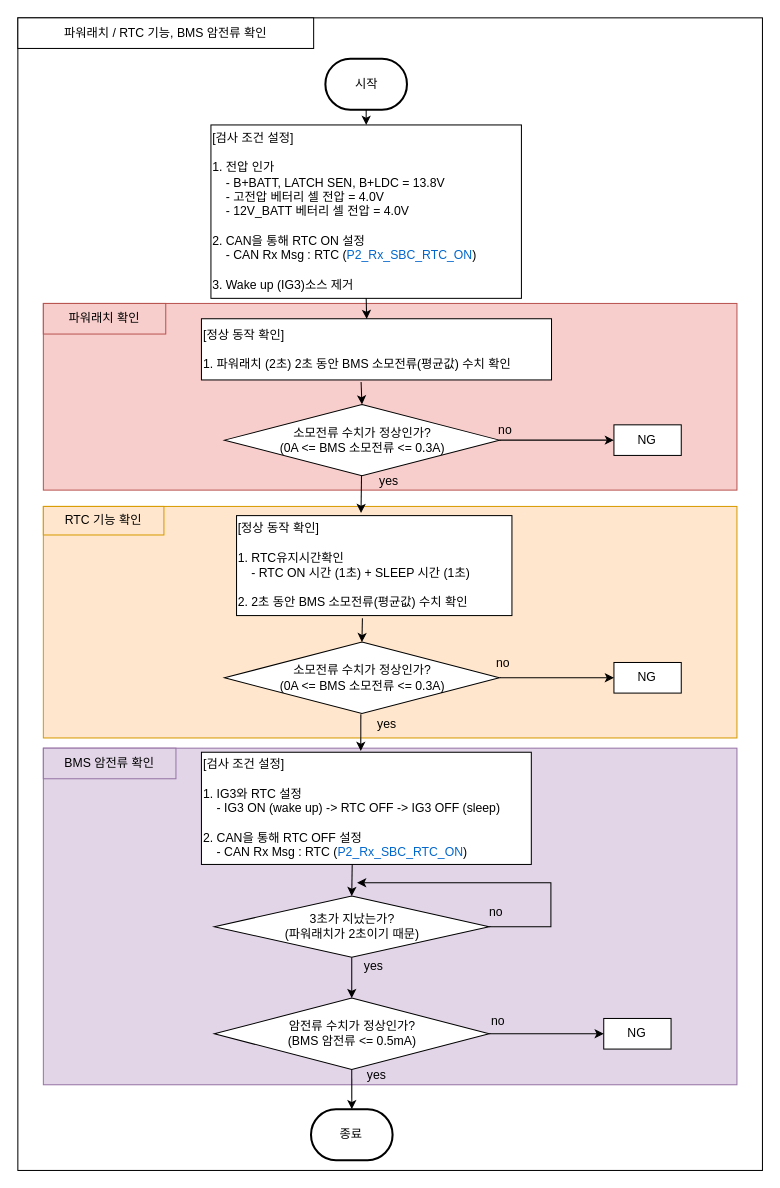
Earlier version of the draw.io diagram 파워래치/rtc 기능 확인 bms 암전류 확인.drawio (chaeyoonl/state-transition-diagram-test). Source tidied: cells renumbered, new cells numbered last; positions are measured from the earlier drawing's top-left corner, leaving out a move shared by most shapes. Both pictures are drawn from the tidied source at 102%, with x=0, y=0 at pixel (17, 17).
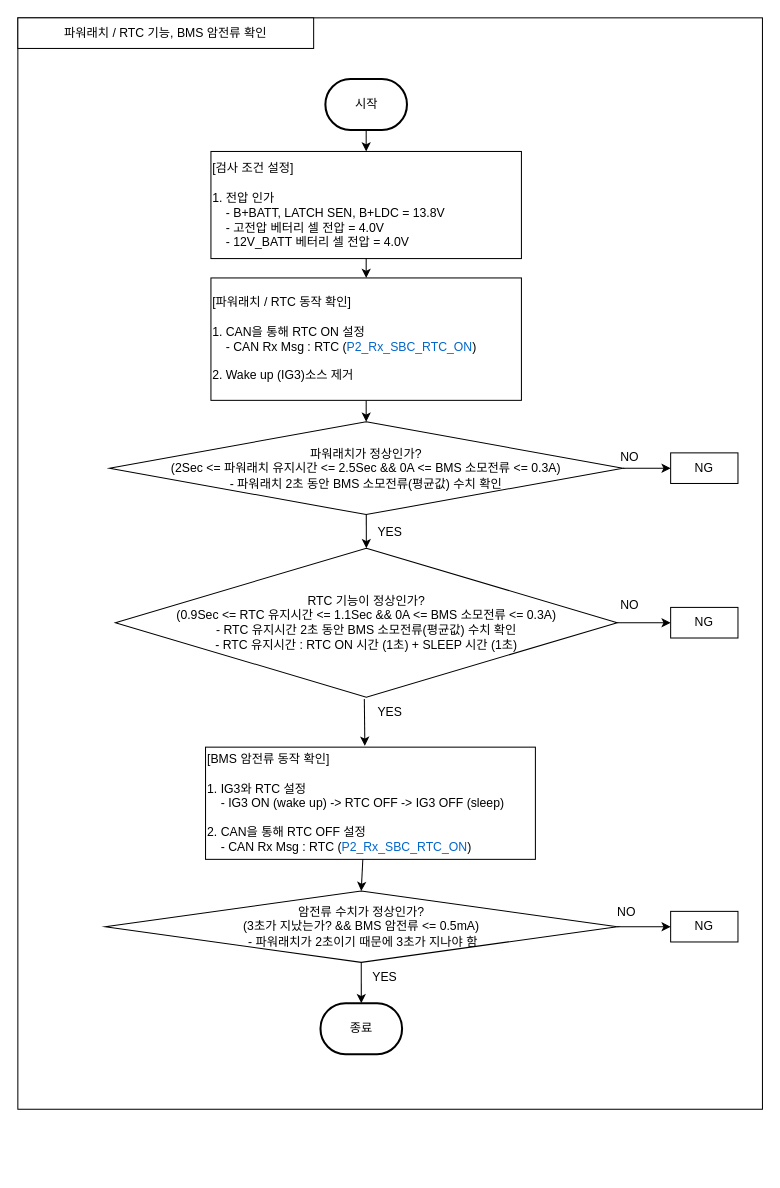
The same page after the edit.

Commit message:
rtc 기능 확인 bms 암전류 확인.drawio 업데이트

Diff of the diagram source:
```diff
@@
     <mxCell id="2" style="rounded=0;whiteSpace=wrap;html=1;" parent="1" vertex="1">
-      <mxGeometry x="60.9" y="140" width="608.2" height="600" as="geometry" />
+      <mxGeometry x="60.9" y="166" width="608.2" height="600" as="geometry" />
     </mxCell>
     <mxCell id="3" style="rounded=0;whiteSpace=wrap;html=1;" parent="1" vertex="1">
-      <mxGeometry width="730" height="1130" as="geometry" />
+      <mxGeometry width="730" height="1070" as="geometry" />
     </mxCell>
@@
-    <mxCell id="5" style="rounded=0;whiteSpace=wrap;html=1;fillColor=#f8cecc;strokeColor=#b85450;" parent="1" vertex="1">
-      <mxGeometry x="25" y="280" width="680" height="183" as="geometry" />
-    </mxCell>
     <mxCell id="6" value="시작" style="strokeWidth=2;html=1;shape=mxgraph.flowchart.terminator;whiteSpace=wrap;" parent="1" vertex="1">
-      <mxGeometry x="301.5" y="40" width="80" height="50" as="geometry" />
+      <mxGeometry x="301.5" y="60" width="80" height="50" as="geometry" />
     </mxCell>
-    <mxCell id="7" value="[검사 조건 설정]&lt;br&gt;&lt;br&gt;1. 전압 인가&lt;br&gt;&amp;nbsp; &amp;nbsp; - B+BATT, LATCH SEN, B+LDC = 13.8V&lt;br&gt;&amp;nbsp; &amp;nbsp; - 고전압 베터리 셀 전압 = 4.0V&lt;br&gt;&amp;nbsp; &amp;nbsp; - 12V_BATT 베터리 셀 전압&amp;nbsp;= 4.0V&lt;br&gt;&lt;br&gt;2. CAN을 통해 RTC ON 설정&lt;br&gt;&amp;nbsp; &amp;nbsp; - CAN Rx Msg : RTC&amp;nbsp;(&lt;font style=&quot;border-color: var(--border-color);&quot; color=&quot;#0066cc&quot;&gt;P2_Rx_SBC_RTC_ON&lt;/font&gt;)&lt;br&gt;&lt;br&gt;3. Wake up (IG3)소스 제거" style="rounded=0;whiteSpace=wrap;html=1;align=left;" parent="1" vertex="1">
-      <mxGeometry x="189.3" y="105" width="304.4" height="170" as="geometry" />
+    <mxCell id="7" value="[검사 조건 설정]&lt;br&gt;&lt;br&gt;1. 전압 인가&lt;br&gt;&amp;nbsp; &amp;nbsp; - B+BATT, LATCH SEN, B+LDC = 13.8V&lt;br&gt;&amp;nbsp; &amp;nbsp; - 고전압 베터리 셀 전압 = 4.0V&lt;br&gt;&amp;nbsp; &amp;nbsp; - 12V_BATT 베터리 셀 전압&amp;nbsp;= 4.0V" style="rounded=0;whiteSpace=wrap;html=1;align=left;" parent="1" vertex="1">
+      <mxGeometry x="189.3" y="131" width="304.4" height="105" as="geometry" />
     </mxCell>
-    <mxCell id="8" style="endArrow=classic;html=1;rounded=0;exitX=0.456;exitY=1.035;exitDx=0;exitDy=0;entryX=0.5;entryY=0;entryDx=0;entryDy=0;exitPerimeter=0;" parent="1" edge="1" source="10" target="18">
-      <mxGeometry relative="1" as="geometry" />
-    </mxCell>
@@
-    <mxCell id="10" value="[정상 동작 확인]&lt;br&gt;&lt;br&gt;1. 파워래치 (2초)&amp;nbsp;2초 동안 BMS 소모전류(평균값) 수치 확인" style="rounded=0;whiteSpace=wrap;html=1;align=left;" parent="1" vertex="1">
-      <mxGeometry x="180" y="295" width="343.2" height="60" as="geometry" />
-    </mxCell>
-    <mxCell id="11" value="&lt;span style=&quot;color: rgb(0, 0, 0); font-family: Helvetica; font-size: 12px; font-style: normal; font-variant-ligatures: normal; font-variant-caps: normal; font-weight: 400; letter-spacing: normal; orphans: 2; text-align: center; text-indent: 0px; text-transform: none; widows: 2; word-spacing: 0px; -webkit-text-stroke-width: 0px; text-decoration-thickness: initial; text-decoration-style: initial; text-decoration-color: initial; float: none; display: inline !important;&quot;&gt;파워래치 확인&lt;br&gt;&lt;/span&gt;" style="rounded=0;whiteSpace=wrap;html=1;fillColor=#f8cecc;strokeColor=#b85450;fillStyle=solid;labelBackgroundColor=none;" parent="1" vertex="1">
-      <mxGeometry x="25" y="280" width="120" height="30" as="geometry" />
-    </mxCell>
-    <mxCell id="12" style="rounded=0;whiteSpace=wrap;html=1;fillColor=#ffe6cc;strokeColor=#d79b00;" parent="1" vertex="1">
-      <mxGeometry x="25" y="479" width="680" height="227" as="geometry" />
-    </mxCell>
-    <mxCell id="13" style="endArrow=classic;html=1;rounded=0;exitX=0.457;exitY=1.026;exitDx=0;exitDy=0;entryX=0.5;entryY=0;entryDx=0;entryDy=0;exitPerimeter=0;" parent="1" edge="1" source="24" target="14">
-      <mxGeometry relative="1" as="geometry" />
-    </mxCell>
-    <mxCell id="14" value="소모전류 수치가 정상인가?&lt;br&gt;(0A &amp;lt;= BMS 소모전류 &amp;lt;= 0.3A)" style="rhombus;whiteSpace=wrap;html=1;" parent="1" vertex="1">
-      <mxGeometry x="202.6" y="612" width="269.5" height="70" as="geometry" />
+    <mxCell id="14" value="RTC 기능이 정상인가?&lt;br&gt;(0.9Sec &amp;lt;= RTC 유지시간 &amp;lt;= 1.1Sec &amp;amp;&amp;amp; 0A &amp;lt;= BMS 소모전류 &amp;lt;= 0.3A)&lt;br&gt;- RTC 유지시간 2초 동안 BMS 소모전류(평균값) 수치 확인&lt;br&gt;- RTC 유지시간 : RTC ON 시간 (1초) + SLEEP 시간 (1초)" style="rhombus;whiteSpace=wrap;html=1;" parent="1" vertex="1">
+      <mxGeometry x="95.6" y="520" width="492.1" height="146" as="geometry" />
     </mxCell>
     <mxCell id="15" value="NG" style="rounded=0;whiteSpace=wrap;html=1;align=center;" parent="1" vertex="1">
-      <mxGeometry x="584.4" y="632" width="66" height="30" as="geometry" />
+      <mxGeometry x="640" y="578" width="66" height="30" as="geometry" />
     </mxCell>
-    <mxCell id="16" style="endArrow=classic;html=1;rounded=0;exitX=1;exitY=0.5;exitDx=0;exitDy=0;entryX=0;entryY=0.5;entryDx=0;entryDy=0;" parent="1" edge="1" target="15">
-      <mxGeometry relative="1" as="geometry">
-        <mxPoint x="472.4" y="647" as="sourcePoint" />
-      </mxGeometry>
+    <mxCell id="16" style="endArrow=classic;html=1;rounded=0;exitX=1;exitY=0.5;exitDx=0;exitDy=0;entryX=0;entryY=0.5;entryDx=0;entryDy=0;" parent="1" edge="1" source="14" target="15">
+      <mxGeometry relative="1" as="geometry" />
     </mxCell>
-    <mxCell id="17" value="no" style="text;html=1;strokeColor=none;fillColor=none;align=center;verticalAlign=middle;whiteSpace=wrap;rounded=0;" parent="1" vertex="1">
-      <mxGeometry x="446.4" y="618" width="60" height="30" as="geometry" />
+    <mxCell id="17" value="NO" style="text;html=1;strokeColor=none;fillColor=none;align=center;verticalAlign=middle;whiteSpace=wrap;rounded=0;" parent="1" vertex="1">
+      <mxGeometry x="570" y="561" width="60" height="30" as="geometry" />
     </mxCell>
-    <mxCell id="18" value="소모전류 수치가 정상인가?&lt;br&gt;(0A &amp;lt;= BMS 소모전류 &amp;lt;= 0.3A)" style="rhombus;whiteSpace=wrap;html=1;" parent="1" vertex="1">
-      <mxGeometry x="202.6" y="379" width="269.5" height="70" as="geometry" />
+    <mxCell id="18" value="파워래치가 정상인가?&lt;br&gt;(2Sec &amp;lt;= 파워래치 유지시간 &amp;lt;= 2.5Sec &amp;amp;&amp;amp; 0A &amp;lt;= BMS 소모전류 &amp;lt;= 0.3A)&lt;br&gt;-&amp;nbsp;파워래치 2초 동안 BMS 소모전류(평균값) 수치 확인" style="rhombus;whiteSpace=wrap;html=1;" parent="1" vertex="1">
+      <mxGeometry x="89.8" y="396" width="503.4" height="91" as="geometry" />
     </mxCell>
-    <mxCell id="19" style="endArrow=classic;html=1;rounded=0;entryX=0.452;entryY=-0.026;entryDx=0;entryDy=0;entryPerimeter=0;" parent="1" edge="1" source="18" target="24">
+    <mxCell id="19" style="endArrow=classic;html=1;rounded=0;entryX=0.5;entryY=0;entryDx=0;entryDy=0;" parent="1" edge="1" source="18" target="14">
       <mxGeometry relative="1" as="geometry" />
     </mxCell>
-    <mxCell id="20" value="yes" style="text;html=1;strokeColor=none;fillColor=none;align=center;verticalAlign=middle;whiteSpace=wrap;rounded=0;" parent="1" vertex="1">
-      <mxGeometry x="334.4" y="439" width="60" height="30" as="geometry" />
+    <mxCell id="20" value="YES" style="text;html=1;strokeColor=none;fillColor=none;align=center;verticalAlign=middle;whiteSpace=wrap;rounded=0;" parent="1" vertex="1">
+      <mxGeometry x="335" y="489" width="60" height="30" as="geometry" />
     </mxCell>
     <mxCell id="21" value="NG" style="rounded=0;whiteSpace=wrap;html=1;align=center;" parent="1" vertex="1">
-      <mxGeometry x="584.4" y="399" width="66" height="30" as="geometry" />
+      <mxGeometry x="640" y="426.5" width="66" height="30" as="geometry" />
     </mxCell>
@@
-    <mxCell id="23" value="no" style="text;html=1;strokeColor=none;fillColor=none;align=center;verticalAlign=middle;whiteSpace=wrap;rounded=0;" parent="1" vertex="1">
-      <mxGeometry x="448.4" y="389" width="60" height="30" as="geometry" />
+    <mxCell id="23" value="NO" style="text;html=1;strokeColor=none;fillColor=none;align=center;verticalAlign=middle;whiteSpace=wrap;rounded=0;" parent="1" vertex="1">
+      <mxGeometry x="570" y="416" width="60" height="30" as="geometry" />
     </mxCell>
-    <mxCell id="24" value="[정상 동작 확인]&lt;br&gt;&lt;br&gt;1. RTC유지시간확인&lt;br&gt;&amp;nbsp; &amp;nbsp; - RTC ON 시간 (1초) + SLEEP 시간 (1초)&lt;br&gt;&lt;br&gt;2. 2초 동안 BMS 소모전류(평균값) 수치 확인" style="rounded=0;whiteSpace=wrap;html=1;align=left;" parent="1" vertex="1">
-      <mxGeometry x="214.4" y="488" width="270" height="98" as="geometry" />
-    </mxCell>
-    <mxCell id="25" value="&lt;span style=&quot;color: rgb(0, 0, 0); font-family: Helvetica; font-size: 12px; font-style: normal; font-variant-ligatures: normal; font-variant-caps: normal; font-weight: 400; letter-spacing: normal; orphans: 2; text-align: center; text-indent: 0px; text-transform: none; widows: 2; word-spacing: 0px; -webkit-text-stroke-width: 0px; text-decoration-thickness: initial; text-decoration-style: initial; text-decoration-color: initial; float: none; display: inline !important;&quot;&gt;RTC 기능 확인&lt;br&gt;&lt;/span&gt;" style="rounded=0;whiteSpace=wrap;html=1;fillColor=#ffe6cc;strokeColor=#d79b00;labelBackgroundColor=none;" parent="1" vertex="1">
-      <mxGeometry x="25" y="479" width="118.2" height="28" as="geometry" />
-    </mxCell>
-    <mxCell id="26" style="rounded=0;whiteSpace=wrap;html=1;fillColor=#e1d5e7;strokeColor=#9673a6;" parent="1" vertex="1">
-      <mxGeometry x="25" y="716" width="680" height="330" as="geometry" />
-    </mxCell>
@@
     <mxCell id="28" value="종료" style="strokeWidth=2;html=1;shape=mxgraph.flowchart.terminator;whiteSpace=wrap;" parent="1" vertex="1">
-      <mxGeometry x="287.4" y="1070" width="80" height="50" as="geometry" />
+      <mxGeometry x="296.7" y="966" width="80" height="50" as="geometry" />
     </mxCell>
-    <mxCell id="29" style="endArrow=classic;html=1;rounded=0;exitX=0.5;exitY=1;exitDx=0;exitDy=0;entryX=0.5;entryY=0;entryDx=0;entryDy=0;" parent="1" edge="1" source="37" target="31">
+    <mxCell id="29" style="endArrow=classic;html=1;rounded=0;exitX=0.477;exitY=0.993;exitDx=0;exitDy=0;entryX=0.5;entryY=0;entryDx=0;entryDy=0;exitPerimeter=0;" parent="1" edge="1" source="30" target="31">
       <mxGeometry relative="1" as="geometry" />
     </mxCell>
-    <mxCell id="30" value="[검사 조건 설정]&lt;br&gt;&lt;br&gt;1. IG3와 RTC 설정&lt;br&gt;&amp;nbsp; &amp;nbsp; - IG3 ON (wake up) -&amp;gt; RTC OFF -&amp;gt;&amp;nbsp;IG3 OFF (sleep)&lt;br&gt;&lt;br&gt;2. CAN을 통해 RTC OFF 설정&lt;br&gt;&amp;nbsp; &amp;nbsp; - CAN Rx Msg : RTC&amp;nbsp;(&lt;font style=&quot;border-color: var(--border-color);&quot; color=&quot;#0066cc&quot;&gt;P2_Rx_SBC_RTC_ON&lt;/font&gt;)" style="rounded=0;whiteSpace=wrap;html=1;align=left;" parent="1" vertex="1">
-      <mxGeometry x="180" y="720" width="323.4" height="110" as="geometry" />
+    <mxCell id="30" value="[BMS 암전류 동작 확인]&lt;br&gt;&lt;br&gt;1. IG3와 RTC 설정&lt;br&gt;&amp;nbsp; &amp;nbsp; - IG3 ON (wake up) -&amp;gt; RTC OFF -&amp;gt;&amp;nbsp;IG3 OFF (sleep)&lt;br&gt;&lt;br&gt;2. CAN을 통해 RTC OFF 설정&lt;br&gt;&amp;nbsp; &amp;nbsp; - CAN Rx Msg : RTC&amp;nbsp;(&lt;font style=&quot;border-color: var(--border-color);&quot; color=&quot;#0066cc&quot;&gt;P2_Rx_SBC_RTC_ON&lt;/font&gt;)" style="rounded=0;whiteSpace=wrap;html=1;align=left;" parent="1" vertex="1">
+      <mxGeometry x="184" y="715" width="323.4" height="110" as="geometry" />
     </mxCell>
-    <mxCell id="31" value="암전류 수치가 정상인가?&lt;br&gt;(BMS 암전류 &amp;lt;= 0.5mA)" style="rhombus;whiteSpace=wrap;html=1;" parent="1" vertex="1">
-      <mxGeometry x="192.6" y="961" width="269.5" height="70" as="geometry" />
+    <mxCell id="31" value="암전류 수치가 정상인가?&lt;br&gt;(3초가 지났는가? &amp;amp;&amp;amp;&amp;nbsp;BMS 암전류 &amp;lt;= 0.5mA)&lt;br&gt;&amp;nbsp;- 파워래치가 2초이기 때문에 3초가 지나야 함" style="rhombus;whiteSpace=wrap;html=1;" parent="1" vertex="1">
+      <mxGeometry x="85.6" y="856" width="502.1" height="70" as="geometry" />
     </mxCell>
@@
-    <mxCell id="33" value="yes" style="text;html=1;strokeColor=none;fillColor=none;align=center;verticalAlign=middle;whiteSpace=wrap;rounded=0;" parent="1" vertex="1">
-      <mxGeometry x="321.6" y="1022" width="60" height="30" as="geometry" />
+    <mxCell id="33" value="YES" style="text;html=1;strokeColor=none;fillColor=none;align=center;verticalAlign=middle;whiteSpace=wrap;rounded=0;" parent="1" vertex="1">
+      <mxGeometry x="330" y="926" width="60" height="30" as="geometry" />
     </mxCell>
     <mxCell id="34" value="NG" style="rounded=0;whiteSpace=wrap;html=1;align=center;" parent="1" vertex="1">
-      <mxGeometry x="574.4" y="981" width="66" height="30" as="geometry" />
+      <mxGeometry x="640" y="876" width="66" height="30" as="geometry" />
     </mxCell>
@@
-    <mxCell id="36" value="no" style="text;html=1;strokeColor=none;fillColor=none;align=center;verticalAlign=middle;whiteSpace=wrap;rounded=0;" parent="1" vertex="1">
-      <mxGeometry x="441.4" y="969" width="60" height="30" as="geometry" />
+    <mxCell id="36" value="NO" style="text;html=1;strokeColor=none;fillColor=none;align=center;verticalAlign=middle;whiteSpace=wrap;rounded=0;" parent="1" vertex="1">
+      <mxGeometry x="567" y="862" width="60" height="30" as="geometry" />
     </mxCell>
-    <mxCell id="37" value="3초가 지났는가?&lt;br&gt;(파워래치가 2초이기 때문)" style="rhombus;whiteSpace=wrap;html=1;" parent="1" vertex="1">
-      <mxGeometry x="192.6" y="861" width="269.5" height="60" as="geometry" />
-    </mxCell>
-    <mxCell id="38" style="endArrow=classic;html=1;rounded=0;exitX=0.457;exitY=0.999;exitDx=0;exitDy=0;entryX=0.5;entryY=0;entryDx=0;entryDy=0;exitPerimeter=0;" parent="1" edge="1" source="30" target="37">
-      <mxGeometry relative="1" as="geometry" />
-    </mxCell>
-    <mxCell id="39" style="endArrow=classic;html=1;rounded=0;exitX=1;exitY=0.5;exitDx=0;exitDy=0;" parent="1" edge="1" source="37">
-      <mxGeometry relative="1" as="geometry">
-        <mxPoint x="332.6" y="848" as="targetPoint" />
-        <Array as="points">
-          <mxPoint x="522.6" y="891" />
-          <mxPoint x="522.6" y="848" />
-        </Array>
-      </mxGeometry>
-    </mxCell>
-    <mxCell id="40" value="yes" style="text;html=1;strokeColor=none;fillColor=none;align=center;verticalAlign=middle;whiteSpace=wrap;rounded=0;" parent="1" vertex="1">
-      <mxGeometry x="318.6" y="915" width="60" height="30" as="geometry" />
-    </mxCell>
-    <mxCell id="41" value="no" style="text;html=1;strokeColor=none;fillColor=none;align=center;verticalAlign=middle;whiteSpace=wrap;rounded=0;" parent="1" vertex="1">
-      <mxGeometry x="438.6" y="862" width="60" height="30" as="geometry" />
-    </mxCell>
-    <mxCell id="42" value="&lt;span style=&quot;color: rgb(0, 0, 0); font-family: Helvetica; font-size: 12px; font-style: normal; font-variant-ligatures: normal; font-variant-caps: normal; font-weight: 400; letter-spacing: normal; orphans: 2; text-align: center; text-indent: 0px; text-transform: none; widows: 2; word-spacing: 0px; -webkit-text-stroke-width: 0px; text-decoration-thickness: initial; text-decoration-style: initial; text-decoration-color: initial; float: none; display: inline !important;&quot;&gt;BMS 암전류 확인&lt;br&gt;&lt;/span&gt;" style="rounded=0;whiteSpace=wrap;html=1;fillColor=#e1d5e7;strokeColor=#9673a6;labelBackgroundColor=none;" parent="1" vertex="1">
-      <mxGeometry x="25" y="716" width="130" height="30" as="geometry" />
-    </mxCell>
-    <mxCell id="43" value="yes" style="text;html=1;strokeColor=none;fillColor=none;align=center;verticalAlign=middle;whiteSpace=wrap;rounded=0;" parent="1" vertex="1">
-      <mxGeometry x="331.6" y="678" width="60" height="30" as="geometry" />
+    <mxCell id="43" value="YES" style="text;html=1;strokeColor=none;fillColor=none;align=center;verticalAlign=middle;whiteSpace=wrap;rounded=0;" parent="1" vertex="1">
+      <mxGeometry x="335" y="666" width="60" height="30" as="geometry" />
     </mxCell>
-    <mxCell id="44" style="endArrow=classic;html=1;rounded=0;exitX=0.5;exitY=1;exitDx=0;exitDy=0;entryX=0.472;entryY=0.003;entryDx=0;entryDy=0;entryPerimeter=0;" parent="1" edge="1" source="7" target="10">
+    <mxCell id="44" style="endArrow=classic;html=1;rounded=0;exitX=0.5;exitY=1;exitDx=0;exitDy=0;entryX=0.5;entryY=0;entryDx=0;entryDy=0;" parent="1" edge="1" source="46" target="18">
       <mxGeometry relative="1" as="geometry" />
     </mxCell>
+    <mxCell id="45" style="endArrow=classic;html=1;rounded=0;exitX=0.5;exitY=1;exitDx=0;exitDy=0;entryX=0.5;entryY=0;entryDx=0;entryDy=0;" parent="1" edge="1" source="7" target="46">
+      <mxGeometry relative="1" as="geometry" />
+    </mxCell>
+    <mxCell id="46" value="[파워래치 / RTC 동작 확인]&lt;br&gt;&lt;br&gt;1. CAN을 통해 RTC ON 설정&lt;br&gt;&amp;nbsp; &amp;nbsp; - CAN Rx Msg : RTC&amp;nbsp;(&lt;font style=&quot;border-color: var(--border-color);&quot; color=&quot;#0066cc&quot;&gt;P2_Rx_SBC_RTC_ON&lt;/font&gt;)&lt;br&gt;&lt;br&gt;2. Wake up (IG3)소스 제거" style="rounded=0;whiteSpace=wrap;html=1;align=left;" parent="1" vertex="1">
+      <mxGeometry x="189.3" y="255" width="304.4" height="120" as="geometry" />
+    </mxCell>
```
